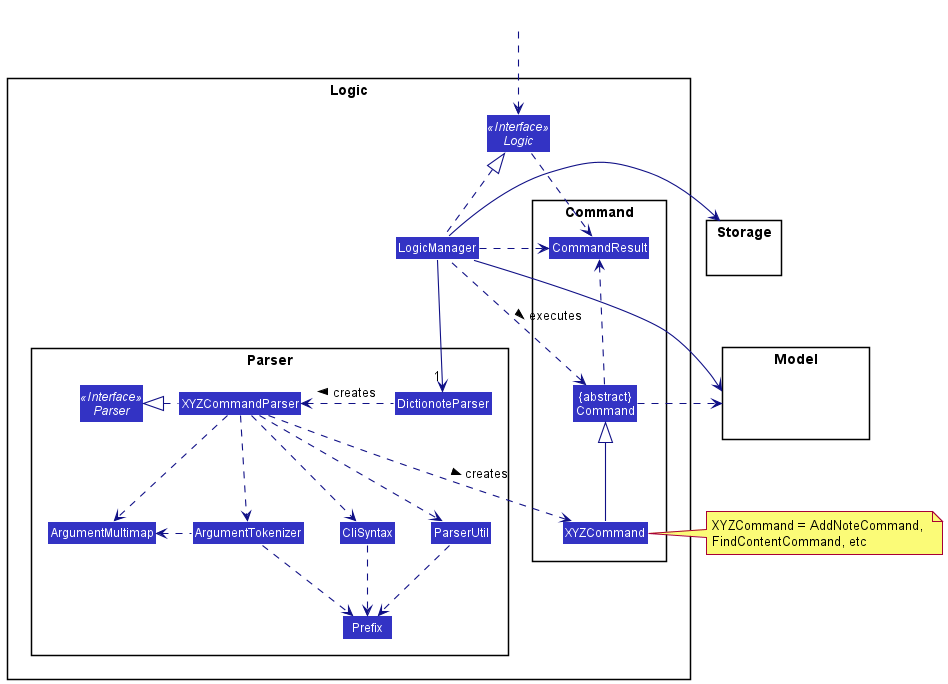
Before: docs/images/LogicClassDiagram.png, a diagram exported from PlantUML (nus-cs2103-AY2021S2/tp). Its source is kept beside it as docs/diagrams/LogicClassDiagram.puml.
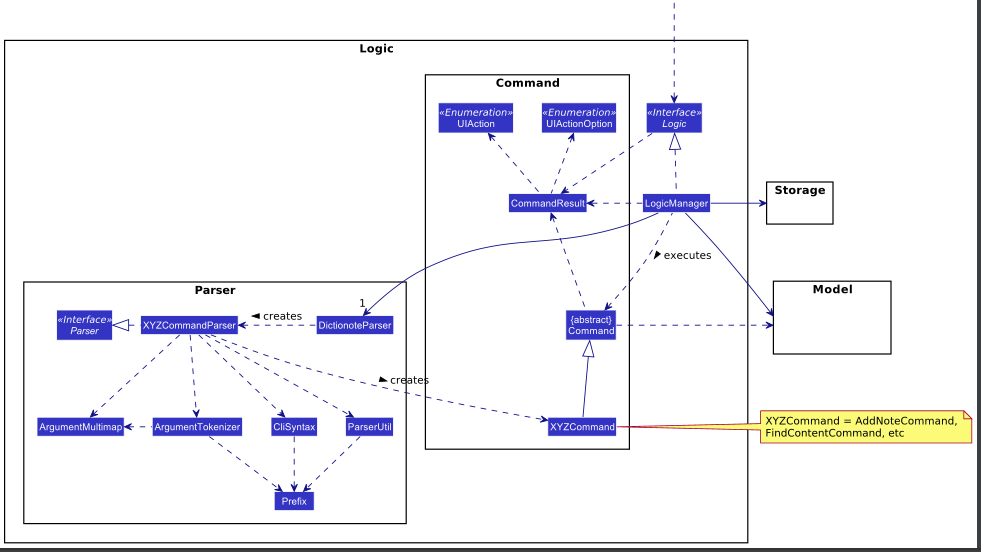
Later version of the same file.

Commit message:
update logic class giadram

Diff of the diagram source:
```diff
@@ -21,6 +21,8 @@
 Class XYZCommand
 Class CommandResult
 Class "{abstract}\nCommand" as Command
+enum UIAction <<Enumeration>>
+enum UIActionOption <<Enumeration>>
 }
 
 Interface Logic <<Interface>>
@@ -67,4 +69,7 @@
 LogicManager .down.> CommandResult
 Command .up.> CommandResult
 CommandResult -[hidden]-> Parser
+
+CommandResult .up.> UIAction
+CommandResult .up.> UIActionOption
 @enduml
```
